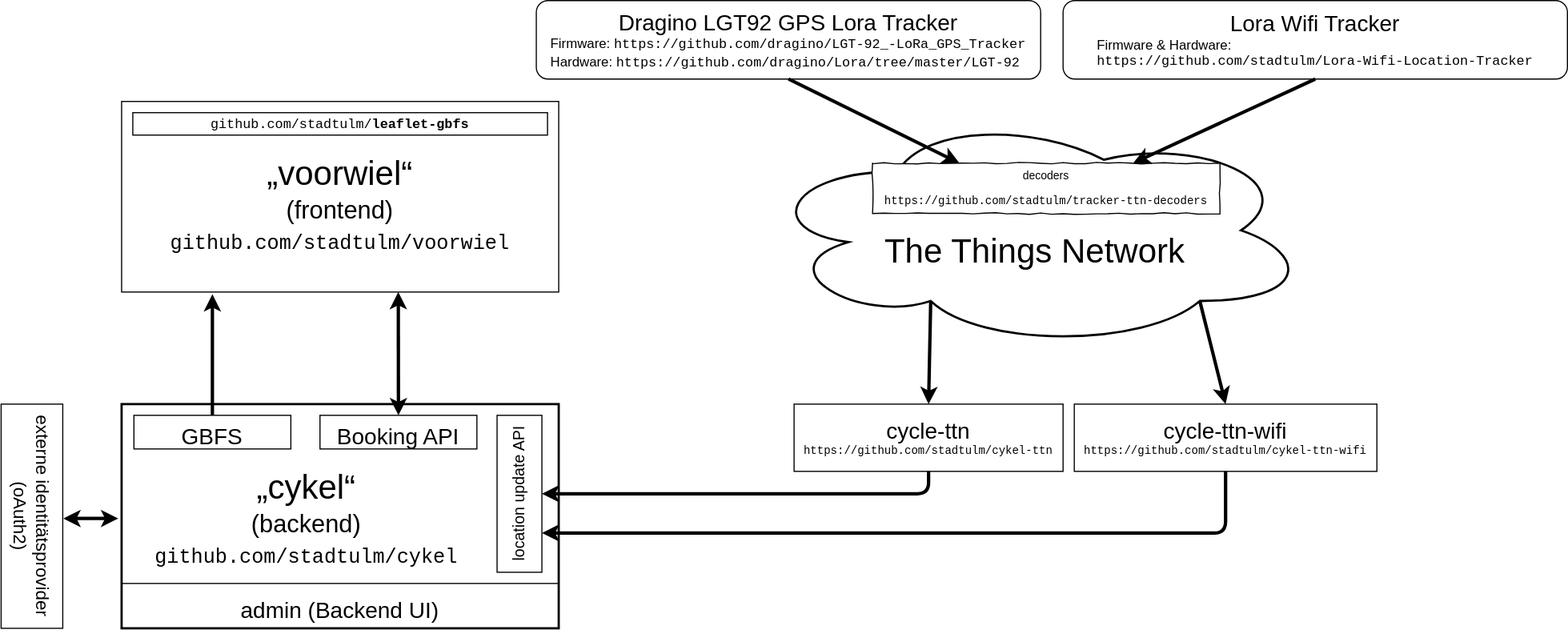
Earlier version of the draw.io export img/openbike_structure.svg (transportkollektiv/openbike). Source tidied: cells renumbered, new cells last; positions are measured from the earlier drawing's top-left corner, leaving out a move shared by most shapes.
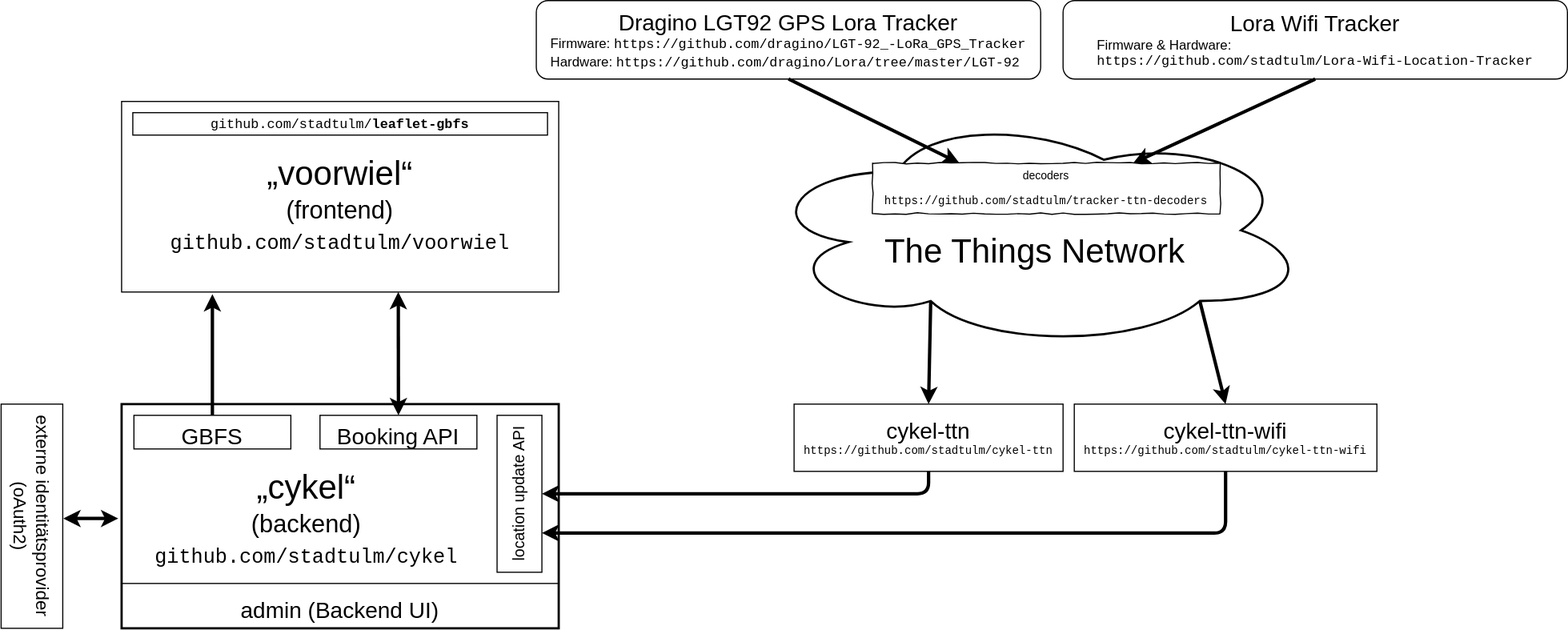
Above is the later version.

Commit message:
fixed project name in structure SVG

Change to the diagram source:
```diff
@@ -52,10 +52,10 @@
     <mxCell id="17" style="endArrow=classic;html=1;strokeWidth=3;fontSize=10;entryX=0.75;entryY=0;entryDx=0;entryDy=0;exitX=0.5;exitY=1;exitDx=0;exitDy=0;" parent="1" edge="1" source="13" target="15">
       <mxGeometry relative="1" as="geometry" />
     </mxCell>
-    <mxCell id="18" value="&lt;div style=&quot;font-size: 20px&quot;&gt;cycle-ttn&lt;/div&gt;&lt;div&gt;&lt;font face=&quot;Courier New&quot;&gt;https://github.com/stadtulm/cykel-ttn&lt;/font&gt;&lt;br&gt;&lt;/div&gt;" style="rounded=0;whiteSpace=wrap;html=1;glass=0;comic=0;strokeColor=#000000;strokeWidth=1;fontSize=10;align=center;" parent="1" vertex="1">
+    <mxCell id="18" value="&lt;div style=&quot;font-size: 20px&quot;&gt;cykel-ttn&lt;/div&gt;&lt;div&gt;&lt;font face=&quot;Courier New&quot;&gt;https://github.com/stadtulm/cykel-ttn&lt;/font&gt;&lt;br&gt;&lt;/div&gt;" style="rounded=0;whiteSpace=wrap;html=1;glass=0;comic=0;strokeColor=#000000;strokeWidth=1;fontSize=10;align=center;" parent="1" vertex="1">
       <mxGeometry x="780" y="360" width="240" height="60" as="geometry" />
     </mxCell>
-    <mxCell id="19" value="&lt;div style=&quot;font-size: 20px&quot;&gt;cycle-ttn-wifi&lt;/div&gt;&lt;div&gt;&lt;font face=&quot;Courier New&quot;&gt;https://github.com/stadtulm/cykel-ttn-wifi&lt;/font&gt;&lt;br&gt;&lt;/div&gt;" style="rounded=0;whiteSpace=wrap;html=1;glass=0;comic=0;strokeColor=#000000;strokeWidth=1;fontSize=10;align=center;" parent="1" vertex="1">
+    <mxCell id="19" value="&lt;div style=&quot;font-size: 20px&quot;&gt;cykel-ttn-wifi&lt;/div&gt;&lt;div&gt;&lt;font face=&quot;Courier New&quot;&gt;https://github.com/stadtulm/cykel-ttn-wifi&lt;/font&gt;&lt;br&gt;&lt;/div&gt;" style="rounded=0;whiteSpace=wrap;html=1;glass=0;comic=0;strokeColor=#000000;strokeWidth=1;fontSize=10;align=center;" parent="1" vertex="1">
       <mxGeometry x="1030" y="360" width="270" height="60" as="geometry" />
     </mxCell>
     <mxCell id="20" style="endArrow=classic;html=1;strokeWidth=3;fontSize=10;entryX=0.5;entryY=0;entryDx=0;entryDy=0;exitX=0.31;exitY=0.8;exitDx=0;exitDy=0;exitPerimeter=0;" parent="1" edge="1" source="14" target="18">
```
